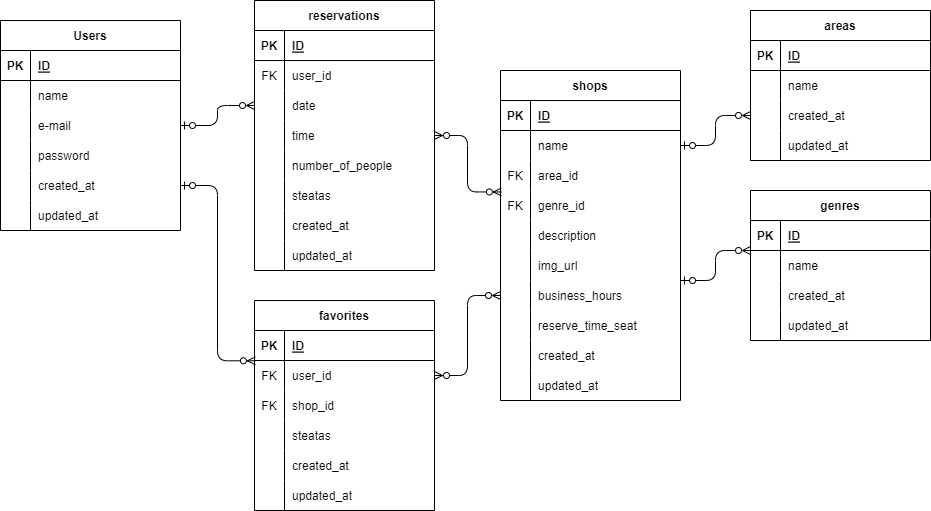
yuriF5/advance keeps this draw.io diagram as ER.drawio.png. Above is the earlier version. Source tidied: cells renumbered, new cells last; positions are measured from the earlier drawing's top-left corner, leaving out a move shared by most shapes.
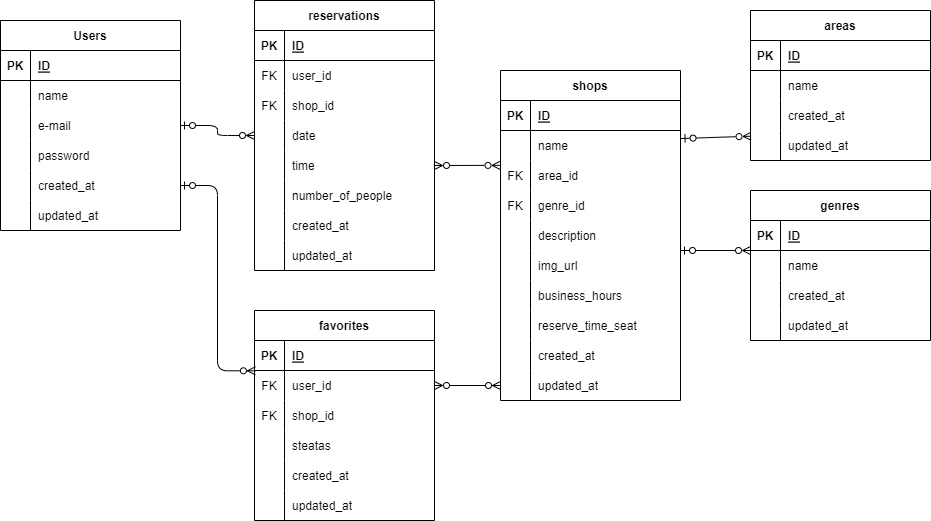
The same diagram one commit later.

The edit, as a diff of the source:
```diff
@@ -80,8 +80,17 @@
     <mxCell id="27" value="user_id" style="shape=partialRectangle;fillColor=none;top=0;left=0;bottom=0;right=0;align=left;spacingLeft=6;overflow=hidden;" parent="25" vertex="1">
       <mxGeometry x="30" width="150" height="30" as="geometry" />
     </mxCell>
+    <mxCell id="128" style="shape=tableRow;horizontal=0;startSize=0;swimlaneHead=0;swimlaneBody=0;fillColor=none;top=0;left=0;right=0;bottom=0;" parent="21" vertex="1">
+      <mxGeometry y="90" width="180" height="30" as="geometry" />
+    </mxCell>
+    <mxCell id="129" value="FK" style="shape=partialRectangle;fillColor=none;top=0;left=0;bottom=0;right=0;overflow=hidden;" parent="128" vertex="1">
+      <mxGeometry width="30" height="30" as="geometry" />
+    </mxCell>
+    <mxCell id="130" value="shop_id" style="shape=partialRectangle;fillColor=none;top=0;left=0;bottom=0;right=0;align=left;spacingLeft=6;overflow=hidden;" parent="128" vertex="1">
+      <mxGeometry x="30" width="150" height="30" as="geometry" />
+    </mxCell>
     <mxCell id="28" style="shape=tableRow;horizontal=0;startSize=0;swimlaneHead=0;swimlaneBody=0;fillColor=none;points=[[0,0.5],[1,0.5]];portConstraint=eastwest;top=0;left=0;right=0;bottom=0;" parent="21" vertex="1">
-      <mxGeometry y="90" width="180" height="30" as="geometry" />
+      <mxGeometry y="120" width="180" height="30" as="geometry" />
     </mxCell>
     <mxCell id="29" style="shape=partialRectangle;fillColor=none;top=0;left=0;bottom=0;right=0;overflow=hidden;" parent="28" vertex="1">
       <mxGeometry width="30" height="30" as="geometry" />
@@ -90,7 +99,7 @@
       <mxGeometry x="30" width="150" height="30" as="geometry" />
     </mxCell>
     <mxCell id="31" style="shape=tableRow;horizontal=0;startSize=0;swimlaneHead=0;swimlaneBody=0;fillColor=none;points=[[0,0.5],[1,0.5]];portConstraint=eastwest;top=0;left=0;right=0;bottom=0;" parent="21" vertex="1">
-      <mxGeometry y="120" width="180" height="30" as="geometry" />
+      <mxGeometry y="150" width="180" height="30" as="geometry" />
     </mxCell>
     <mxCell id="32" style="shape=partialRectangle;fillColor=none;top=0;left=0;bottom=0;right=0;overflow=hidden;" parent="31" vertex="1">
       <mxGeometry width="30" height="30" as="geometry" />
@@ -99,7 +108,7 @@
       <mxGeometry x="30" width="150" height="30" as="geometry" />
     </mxCell>
     <mxCell id="34" style="shape=tableRow;horizontal=0;startSize=0;swimlaneHead=0;swimlaneBody=0;fillColor=none;top=0;left=0;right=0;bottom=0;" parent="21" vertex="1">
-      <mxGeometry y="150" width="180" height="30" as="geometry" />
+      <mxGeometry y="180" width="180" height="30" as="geometry" />
     </mxCell>
     <mxCell id="35" style="shape=partialRectangle;fillColor=none;top=0;left=0;bottom=0;right=0;overflow=hidden;" parent="34" vertex="1">
       <mxGeometry width="30" height="30" as="geometry" />
@@ -107,15 +116,6 @@
     <mxCell id="36" value="number_of_people" style="shape=partialRectangle;fillColor=none;top=0;left=0;bottom=0;right=0;align=left;spacingLeft=6;overflow=hidden;" parent="34" vertex="1">
       <mxGeometry x="30" width="150" height="30" as="geometry" />
     </mxCell>
-    <mxCell id="37" style="shape=tableRow;horizontal=0;startSize=0;swimlaneHead=0;swimlaneBody=0;fillColor=none;top=0;left=0;right=0;bottom=0;" parent="21" vertex="1">
-      <mxGeometry y="180" width="180" height="30" as="geometry" />
-    </mxCell>
-    <mxCell id="38" style="shape=partialRectangle;fillColor=none;top=0;left=0;bottom=0;right=0;overflow=hidden;" parent="37" vertex="1">
-      <mxGeometry width="30" height="30" as="geometry" />
-    </mxCell>
-    <mxCell id="39" value="steatas" style="shape=partialRectangle;fillColor=none;top=0;left=0;bottom=0;right=0;align=left;spacingLeft=6;overflow=hidden;" parent="37" vertex="1">
-      <mxGeometry x="30" width="150" height="30" as="geometry" />
-    </mxCell>
     <mxCell id="40" style="shape=tableRow;horizontal=0;startSize=0;swimlaneHead=0;swimlaneBody=0;fillColor=none;top=0;left=0;right=0;bottom=0;" parent="21" vertex="1">
       <mxGeometry y="210" width="180" height="30" as="geometry" />
     </mxCell>
@@ -135,7 +135,7 @@
       <mxGeometry x="30" width="150" height="30" as="geometry" />
     </mxCell>
     <mxCell id="46" value="favorites" style="shape=table;startSize=30;rowLines=0;fontStyle=1;align=center;" parent="1" vertex="1">
-      <mxGeometry x="254" y="300" width="180" height="210" as="geometry" />
+      <mxGeometry x="254" y="310" width="180" height="210" as="geometry" />
     </mxCell>
     <mxCell id="47" style="shape=tableRow;horizontal=0;startSize=0;swimlaneHead=0;swimlaneBody=0;fillColor=none;top=0;left=0;right=0;bottom=1;" parent="46" vertex="1">
       <mxGeometry y="30" width="180" height="30" as="geometry" />
@@ -362,12 +362,12 @@
     <mxCell id="121" value="updated_at" style="shape=partialRectangle;fillColor=none;top=0;left=0;bottom=0;right=0;align=left;spacingLeft=6;overflow=hidden;" parent="119" vertex="1">
       <mxGeometry x="30" width="150" height="30" as="geometry" />
     </mxCell>
-    <mxCell id="122" style="edgeStyle=elbowEdgeStyle;html=1;exitX=1;exitY=0.5;exitDx=0;exitDy=0;fontFamily=Helvetica;fontSize=12;fontColor=default;endArrow=ERzeroToMany;endFill=0;startArrow=ERzeroToOne;startFill=0;entryX=0;entryY=0.5;entryDx=0;entryDy=0;" parent="1" edge="1" source="69" target="103">
+    <mxCell id="122" style="html=1;exitX=1.003;exitY=0.267;exitDx=0;exitDy=0;fontFamily=Helvetica;fontSize=12;fontColor=default;endArrow=ERzeroToMany;endFill=0;startArrow=ERzeroToOne;startFill=0;entryX=0.003;entryY=0.19;entryDx=0;entryDy=0;exitPerimeter=0;entryPerimeter=0;" parent="1" edge="1" source="69" target="106">
       <mxGeometry relative="1" as="geometry" />
     </mxCell>
-    <mxCell id="123" style="edgeStyle=elbowEdgeStyle;html=1;exitX=1;exitY=0.5;exitDx=0;exitDy=0;fontFamily=Helvetica;fontSize=12;fontColor=default;endArrow=ERzeroToMany;endFill=0;startArrow=ERzeroToOne;startFill=0;entryX=0;entryY=0.5;entryDx=0;entryDy=0;" parent="1" edge="1">
+    <mxCell id="123" style="html=1;fontFamily=Helvetica;fontSize=12;fontColor=default;endArrow=ERzeroToMany;endFill=0;startArrow=ERzeroToOne;startFill=0;entryX=0;entryY=0.5;entryDx=0;entryDy=0;" parent="1" edge="1">
       <mxGeometry relative="1" as="geometry">
-        <mxPoint x="680" y="280" as="sourcePoint" />
+        <mxPoint x="680" y="250" as="sourcePoint" />
         <mxPoint x="750" y="250" as="targetPoint" />
       </mxGeometry>
     </mxCell>
@@ -377,10 +377,10 @@
     <mxCell id="125" style="edgeStyle=elbowEdgeStyle;html=1;exitX=1;exitY=0.5;exitDx=0;exitDy=0;entryX=0.005;entryY=0.01;entryDx=0;entryDy=0;entryPerimeter=0;fontFamily=Helvetica;fontSize=12;fontColor=default;startArrow=ERzeroToOne;startFill=0;endArrow=ERzeroToMany;endFill=0;" parent="1" edge="1" source="15" target="50">
       <mxGeometry relative="1" as="geometry" />
     </mxCell>
-    <mxCell id="126" style="edgeStyle=elbowEdgeStyle;html=1;exitX=1;exitY=0.5;exitDx=0;exitDy=0;entryX=0.005;entryY=0.048;entryDx=0;entryDy=0;entryPerimeter=0;fontFamily=Helvetica;fontSize=12;fontColor=default;startArrow=ERzeroToMany;startFill=0;endArrow=ERzeroToMany;endFill=0;" parent="1" edge="1" source="31" target="75">
+    <mxCell id="126" style="html=1;exitX=1;exitY=0.5;exitDx=0;exitDy=0;entryX=-0.003;entryY=0.162;entryDx=0;entryDy=0;entryPerimeter=0;fontFamily=Helvetica;fontSize=12;fontColor=default;startArrow=ERzeroToMany;startFill=0;endArrow=ERzeroToMany;endFill=0;" parent="1" edge="1" source="31" target="72">
       <mxGeometry relative="1" as="geometry" />
     </mxCell>
-    <mxCell id="127" style="edgeStyle=elbowEdgeStyle;html=1;exitX=1;exitY=0.5;exitDx=0;exitDy=0;fontFamily=Helvetica;fontSize=12;fontColor=default;startArrow=ERzeroToMany;startFill=0;endArrow=ERzeroToMany;endFill=0;" parent="1" edge="1" source="50" target="84">
+    <mxCell id="127" style="html=1;exitX=1;exitY=0.5;exitDx=0;exitDy=0;fontFamily=Helvetica;fontSize=12;fontColor=default;startArrow=ERzeroToMany;startFill=0;endArrow=ERzeroToMany;endFill=0;entryX=0;entryY=0.5;entryDx=0;entryDy=0;" parent="1" edge="1" source="50" target="93">
       <mxGeometry relative="1" as="geometry" />
     </mxCell>
   </root>
```
